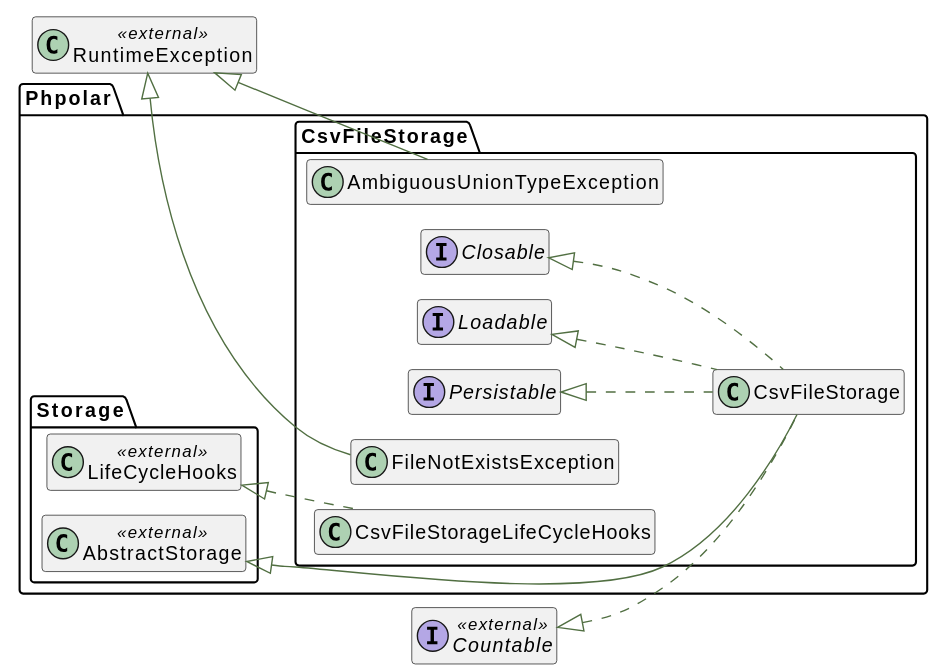
phpolar/csv-file-storage keeps this PlantUML diagram as docs/graphs/classes.svg. Above is the earlier version.
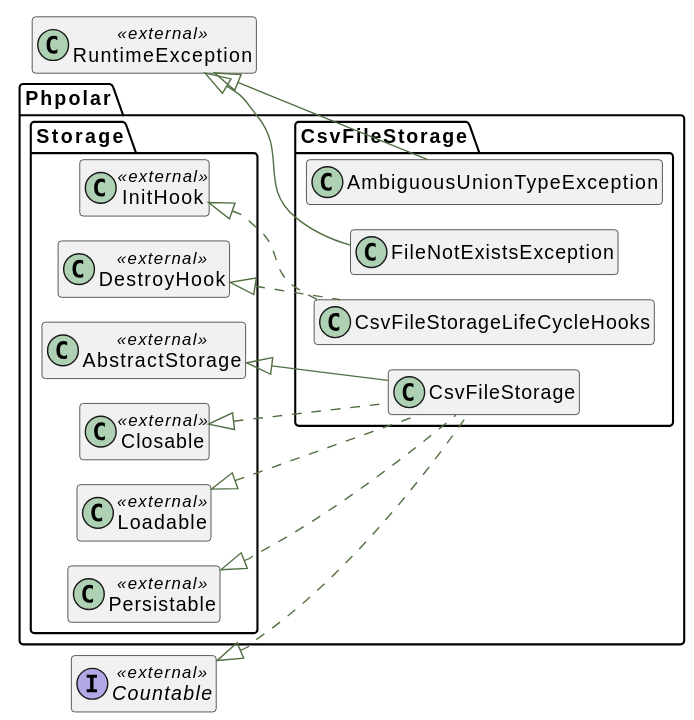
Later version of the same file.

Diff of the diagram source:
```diff
@@ -25,28 +25,32 @@
 }
 interface "Countable" as Countable__class << external >>{
 }
-namespace Phpolar\\CsvFileStorage {
-    interface "Closable" as Closable__interface  {
+namespace Phpolar\\Storage {
+    class "Closable" as Closable__class << external >>{
+    }
+}
+namespace Phpolar\\Storage {
+    class "Loadable" as Loadable__class << external >>{
+    }
+}
+namespace Phpolar\\Storage {
+    class "Persistable" as Persistable__class << external >>{
     }
 }
 namespace Phpolar\\CsvFileStorage {
-    interface "Loadable" as Loadable__interface  {
+     class "CsvFileStorage" as CsvFileStorage__class   extends \\Phpolar\\Storage\\AbstractStorage__class  implements \\Countable__class,\\Phpolar\\Storage\\Closable__class,\\Phpolar\\Storage\\Loadable__class,\\Phpolar\\Storage\\Persistable__class {
+    }
+}
+namespace Phpolar\\Storage {
+    class "InitHook" as InitHook__class << external >>{
+    }
+}
+namespace Phpolar\\Storage {
+    class "DestroyHook" as DestroyHook__class << external >>{
     }
 }
 namespace Phpolar\\CsvFileStorage {
-    interface "Persistable" as Persistable__interface  {
-    }
-}
-namespace Phpolar\\CsvFileStorage {
-     class "CsvFileStorage" as CsvFileStorage__class   extends \\Phpolar\\Storage\\AbstractStorage__class  implements \\Countable__class,\\Phpolar\\CsvFileStorage\\Closable__interface,\\Phpolar\\CsvFileStorage\\Loadable__interface,\\Phpolar\\CsvFileStorage\\Persistable__interface {
-    }
-}
-namespace Phpolar\\Storage {
-    class "LifeCycleHooks" as LifeCycleHooks__class << external >>{
-    }
-}
-namespace Phpolar\\CsvFileStorage {
-     class "CsvFileStorageLifeCycleHooks" as CsvFileStorageLifeCycleHooks__class    implements \\Phpolar\\Storage\\LifeCycleHooks__class {
+     class "CsvFileStorageLifeCycleHooks" as CsvFileStorageLifeCycleHooks__class    implements \\Phpolar\\Storage\\InitHook__class,\\Phpolar\\Storage\\DestroyHook__class {
     }
 }
 namespace Phpolar\\CsvFileStorage {
```
